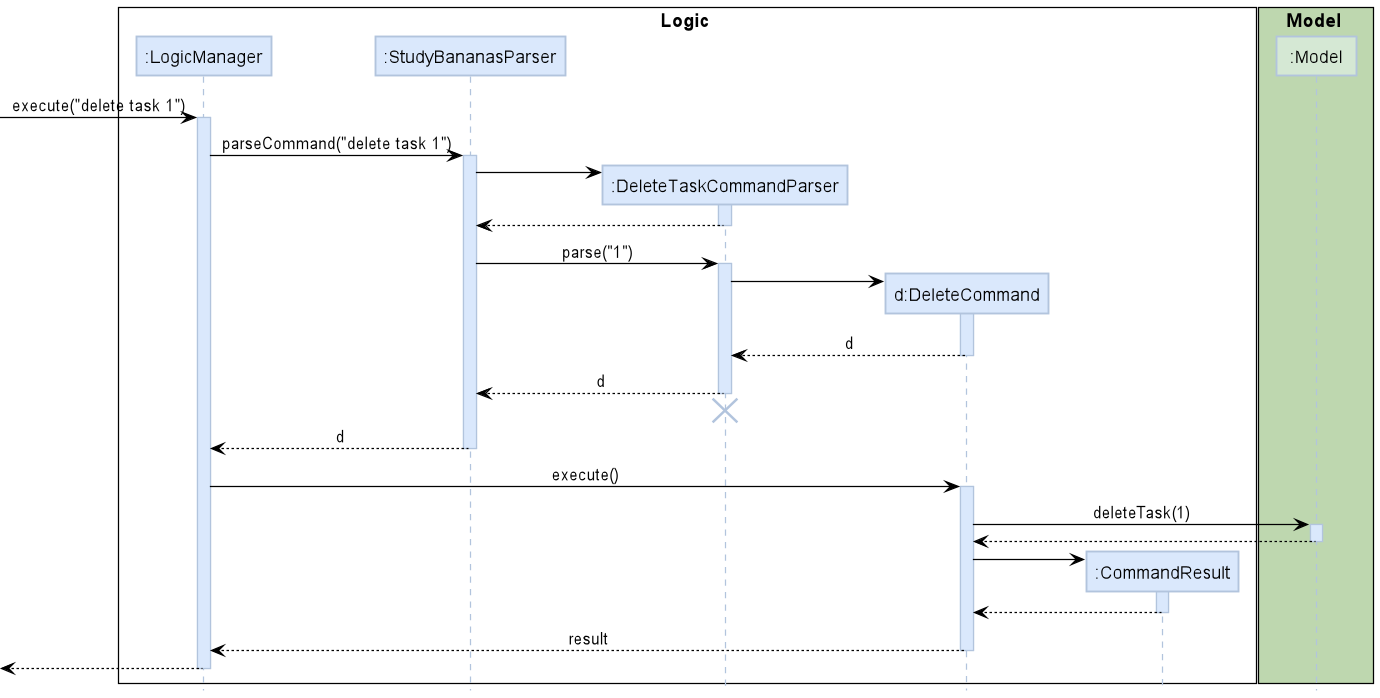
Before: docs/images/DeleteSequenceDiagram.png, a diagram exported from PlantUML (petrickjerico/tp).
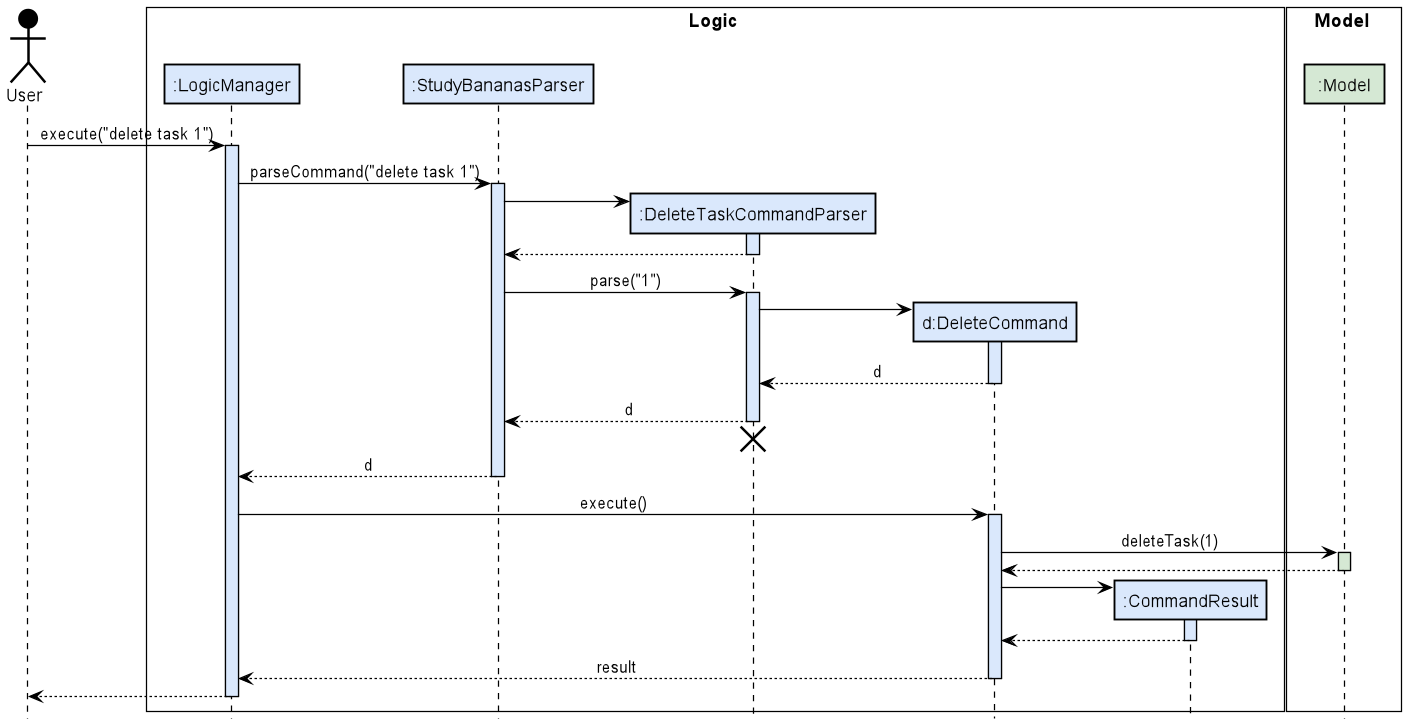
The same diagram one commit later.

What changed in the source:
```diff
@@ -1,14 +1,17 @@
 @startuml
 !include style.puml
 
-skinparam participantBorderColor LOGIC_COLOR_T1
 skinparam sequence {
+participantBorderColor #000000
 ArrowColor #000000
-ActorBorderColor LOGIC_COLOR_T1
-LifeLineBorderColor LOGIC_COLOR_T1
-LifeLineBackgroundColor LOGIC_COLOR
+ActorBorderColor #000000
+LifeLineBorderColor #000000
+LifeLineBackgroundColor #000000
 }
+
 skinparam sequenceBoxBorderColor #black
+
+Actor User as user USER_COLOR
 
 box Logic #FFFFFF
 participant ":LogicManager" as LogicManager LOGIC_COLOR
@@ -18,29 +21,29 @@
 participant ":CommandResult" as CommandResult LOGIC_COLOR
 end box
 
-box Model MODEL_COLOR_T1
+box Model #FFFFFF
 participant ":Model" as Model MODEL_COLOR
 end box
 
-[-> LogicManager : execute("delete task 1")
-activate LogicManager
+user -> LogicManager : execute("delete task 1")
+activate LogicManager LOGIC_COLOR
 
 LogicManager -> StudyBananasParser : parseCommand("delete task 1")
-activate StudyBananasParser
+activate StudyBananasParser LOGIC_COLOR
 
 create DeleteTaskCommandParser
 StudyBananasParser -> DeleteTaskCommandParser
-activate DeleteTaskCommandParser
+activate DeleteTaskCommandParser LOGIC_COLOR
 
 DeleteTaskCommandParser --> StudyBananasParser
 deactivate DeleteTaskCommandParser
 
 StudyBananasParser -> DeleteTaskCommandParser : parse("1")
-activate DeleteTaskCommandParser
+activate DeleteTaskCommandParser LOGIC_COLOR
 
 create DeleteCommand
 DeleteTaskCommandParser -> DeleteCommand
-activate DeleteCommand
+activate DeleteCommand LOGIC_COLOR
 
 DeleteCommand --> DeleteTaskCommandParser : d
 deactivate DeleteCommand
@@ -54,17 +57,17 @@
 deactivate StudyBananasParser
 
 LogicManager -> DeleteCommand : execute()
-activate DeleteCommand
+activate DeleteCommand LOGIC_COLOR
 
 DeleteCommand -> Model : deleteTask(1)
-activate Model
+activate Model MODEL_COLOR
 
 Model --> DeleteCommand
 deactivate Model
 
 create CommandResult
 DeleteCommand -> CommandResult
-activate CommandResult
+activate CommandResult LOGIC_COLOR
 
 CommandResult --> DeleteCommand
 deactivate CommandResult
@@ -72,6 +75,6 @@
 DeleteCommand --> LogicManager : result
 deactivate DeleteCommand
 
-[<--LogicManager
+user <--LogicManager
 deactivate LogicManager
 @enduml
```
